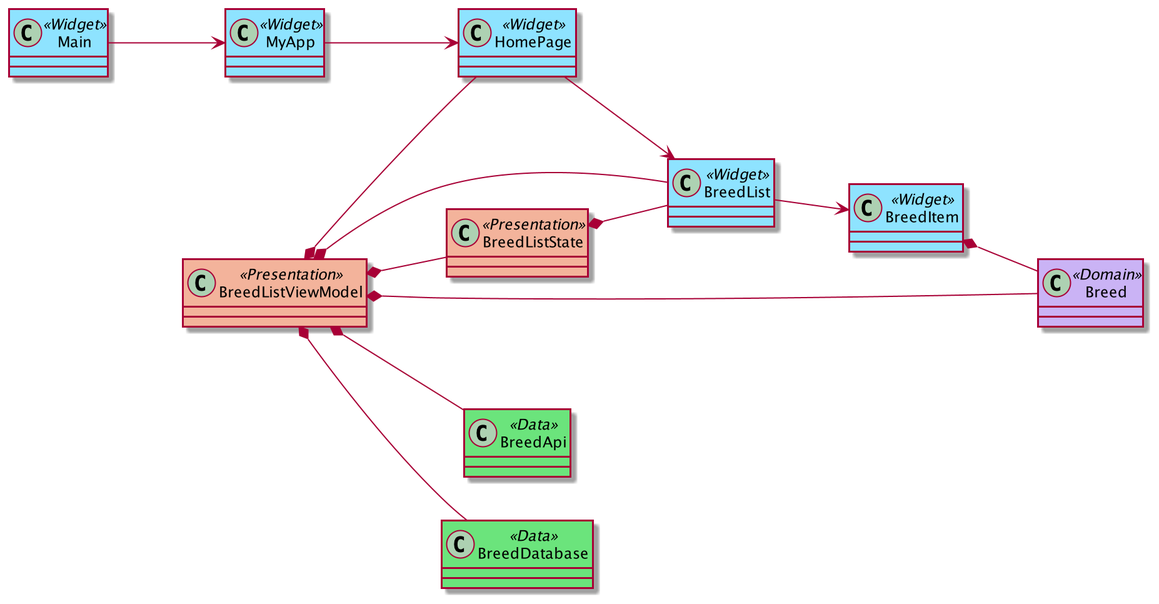
Before: papers/dyplom/tex/img/flutter_classes.png, a diagram exported from PlantUML (tomkoptel/uzhnu-course5).
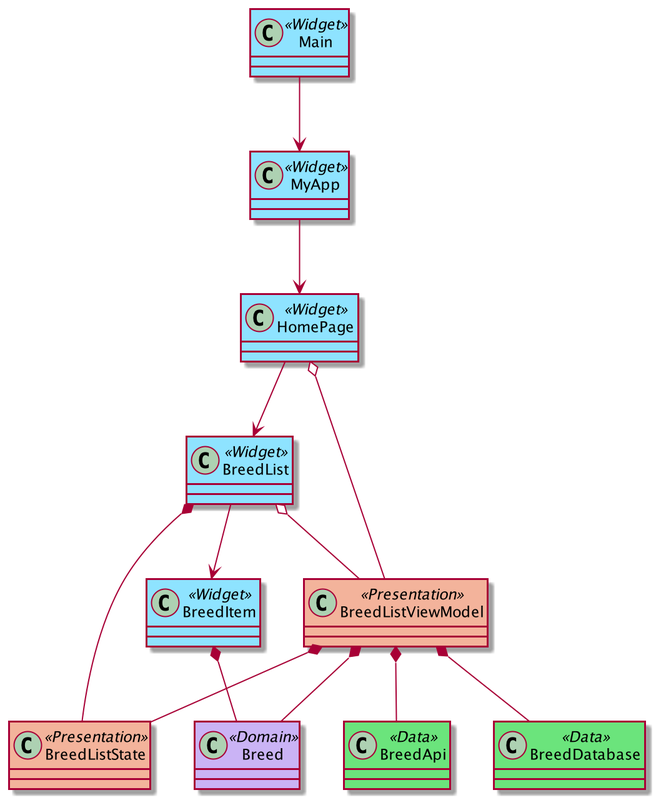
Above is the later version.

The edit, as a diff of the source:
```diff
@@ -1,6 +1,6 @@
 @startuml
 
-left to right direction
+top to bottom direction
 
 skinparam class  {
   BackgroundColor<<Widget>> #8ee3ff
@@ -25,11 +25,11 @@
 MyApp --> HomePage
 HomePage --> BreedList
 BreedList --> BreedItem
-BreedListViewModel *-- HomePage
+HomePage o-- BreedListViewModel
 BreedListViewModel *-- Breed
-BreedListViewModel *-- BreedList
+BreedList o-- BreedListViewModel
+BreedList *-- BreedListState
 BreedListViewModel *-- BreedListState
-BreedListState *-- BreedList
 BreedItem *-- Breed
 
 BreedListViewModel *-- BreedApi
```
